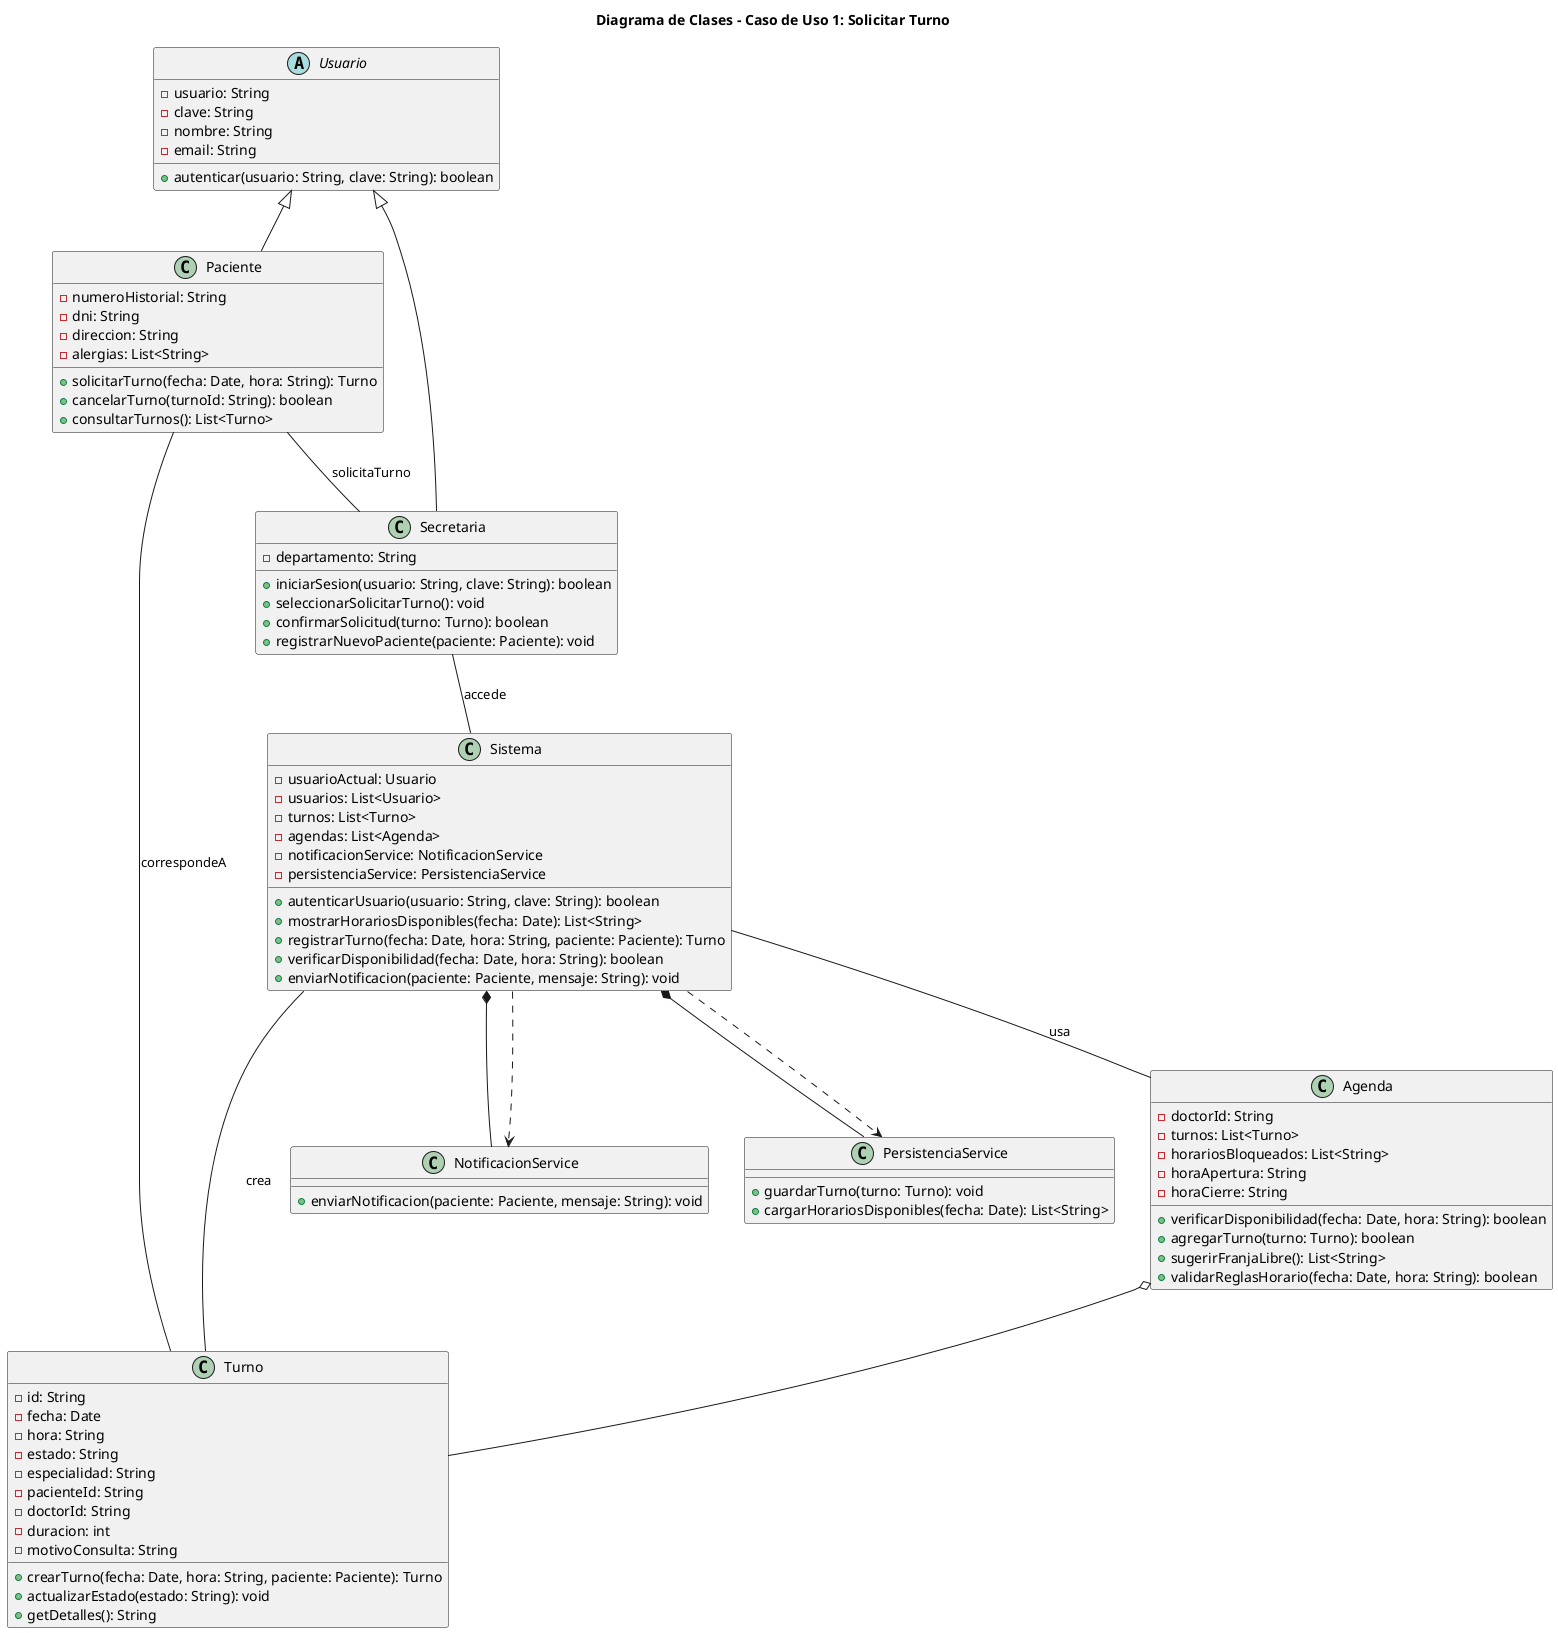
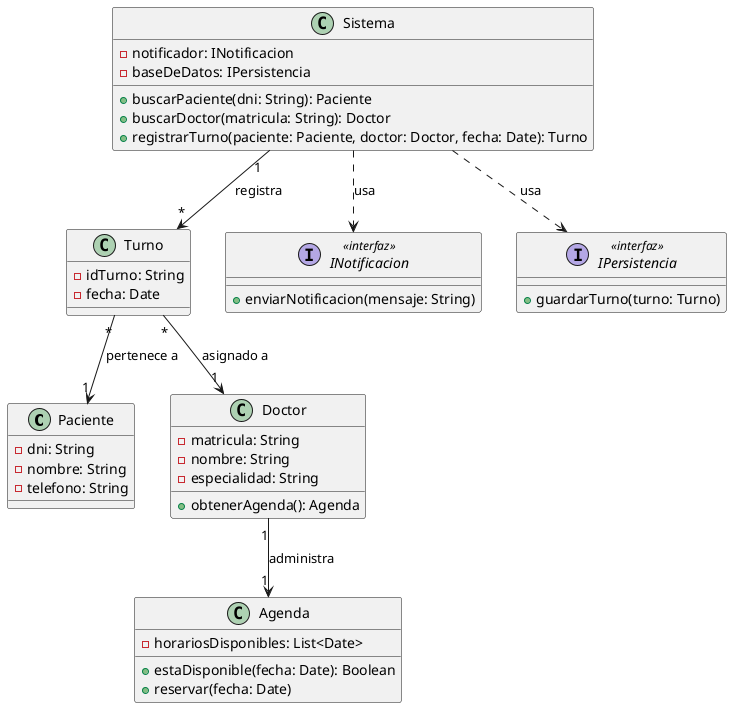
@startuml
- title Diagrama de Clases - Caso de Uso 1: Solicitar Turno
+ ' Diagrama de Clases - Solicitar Turno con correcciones SOLID

- abstract class Usuario {
-   - usuario: String
-   - clave: String
+ class Paciente {
+   - dni: String
  - nombre: String
-   - email: String
-   + autenticar(usuario: String, clave: String): boolean
+   - telefono: String
}

- class Paciente {
-   - numeroHistorial: String
-   - dni: String
-   - direccion: String
-   - alergias: List<String>
-   + solicitarTurno(fecha: Date, hora: String): Turno
-   + cancelarTurno(turnoId: String): boolean
-   + consultarTurnos(): List<Turno>
+ class Doctor {
+   - matricula: String
+   - nombre: String
+   - especialidad: String
+   + obtenerAgenda(): Agenda
}

- class Secretaria {
-   - departamento: String
-   + iniciarSesion(usuario: String, clave: String): boolean
-   + seleccionarSolicitarTurno(): void
-   + confirmarSolicitud(turno: Turno): boolean
-   + registrarNuevoPaciente(paciente: Paciente): void
+ class Agenda {
+   - horariosDisponibles: List<Date>
+   + estaDisponible(fecha: Date): Boolean
+   + reservar(fecha: Date)
+ }
+ 
+ class Turno {
+   - idTurno: String
+   - fecha: Date
+ }
+ 
+ interface INotificacion <<interfaz>> {
+   + enviarNotificacion(mensaje: String)
+ }
+ 
+ interface IPersistencia <<interfaz>> {
+   + guardarTurno(turno: Turno)
}

class Sistema {
-   - usuarioActual: Usuario
-   - usuarios: List<Usuario>
-   - turnos: List<Turno>
-   - agendas: List<Agenda>
-   - notificacionService: NotificacionService
-   - persistenciaService: PersistenciaService
-   + autenticarUsuario(usuario: String, clave: String): boolean
-   + mostrarHorariosDisponibles(fecha: Date): List<String>
-   + registrarTurno(fecha: Date, hora: String, paciente: Paciente): Turno
-   + verificarDisponibilidad(fecha: Date, hora: String): boolean
-   + enviarNotificacion(paciente: Paciente, mensaje: String): void
+   - notificador: INotificacion
+   - baseDeDatos: IPersistencia
+   + buscarPaciente(dni: String): Paciente
+   + buscarDoctor(matricula: String): Doctor
+   + registrarTurno(paciente: Paciente, doctor: Doctor, fecha: Date): Turno
}

- class Agenda {
-   - doctorId: String
-   - turnos: List<Turno>
-   - horariosBloqueados: List<String>
-   - horaApertura: String
-   - horaCierre: String
-   + verificarDisponibilidad(fecha: Date, hora: String): boolean
-   + agregarTurno(turno: Turno): boolean
-   + sugerirFranjaLibre(): List<String>
-   + validarReglasHorario(fecha: Date, hora: String): boolean
- }
+ ' Relaciones UML
+ Sistema ..> INotificacion : usa
+ Sistema ..> IPersistencia : usa

- class Turno {
-   - id: String
-   - fecha: Date
-   - hora: String
-   - estado: String
-   - especialidad: String
-   - pacienteId: String
-   - doctorId: String
-   - duracion: int
-   - motivoConsulta: String
-   + crearTurno(fecha: Date, hora: String, paciente: Paciente): Turno
-   + actualizarEstado(estado: String): void
-   + getDetalles(): String
- }
+ Doctor "1" --> "1" Agenda : administra
+ Sistema "1" --> "*" Turno : registra
+ Turno "*" --> "1" Paciente : pertenece a
+ Turno "*" --> "1" Doctor : asignado a

- class NotificacionService {
-   + enviarNotificacion(paciente: Paciente, mensaje: String): void
- }
- 
- class PersistenciaService {
-   + guardarTurno(turno: Turno): void
-   + cargarHorariosDisponibles(fecha: Date): List<String>
- }
- 
- Usuario <|-- Paciente
- Usuario <|-- Secretaria
- 
- Paciente -- Secretaria : solicitaTurno
- Secretaria -- Sistema : accede
- Sistema -- Agenda : usa
- Sistema -- Turno : crea
- Agenda o-- Turno
- Sistema *-- NotificacionService
- Sistema *-- PersistenciaService
- Sistema ..> NotificacionService
- Sistema ..> PersistenciaService
- Turno -- Paciente : correspondeA
@enduml